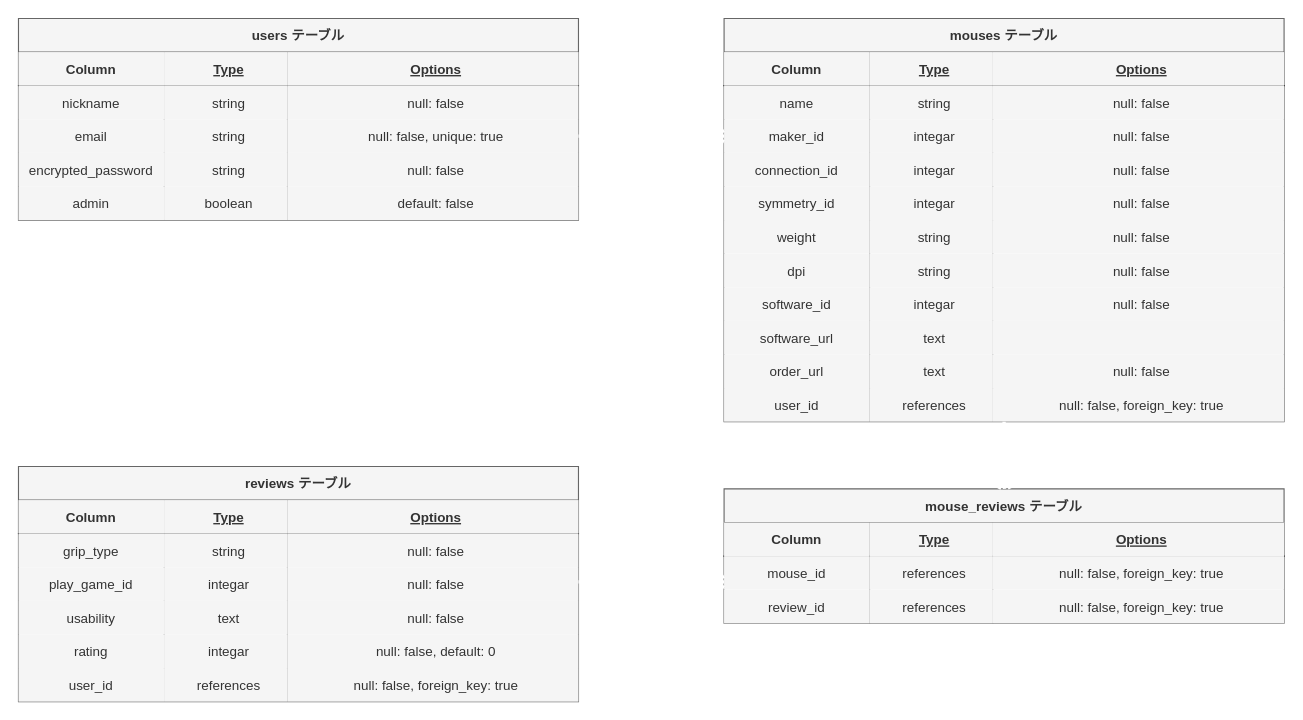
The draw.io diagram mouse_review.dio in NaoyukiG/mouse_review, before the edit. Source tidied: cells renumbered, new cells numbered last; positions are measured from the earlier drawing's top-left corner, leaving out a move shared by most shapes. Both pictures are drawn from the tidied source at 112%, with x=0, y=0 at pixel (18, 18).
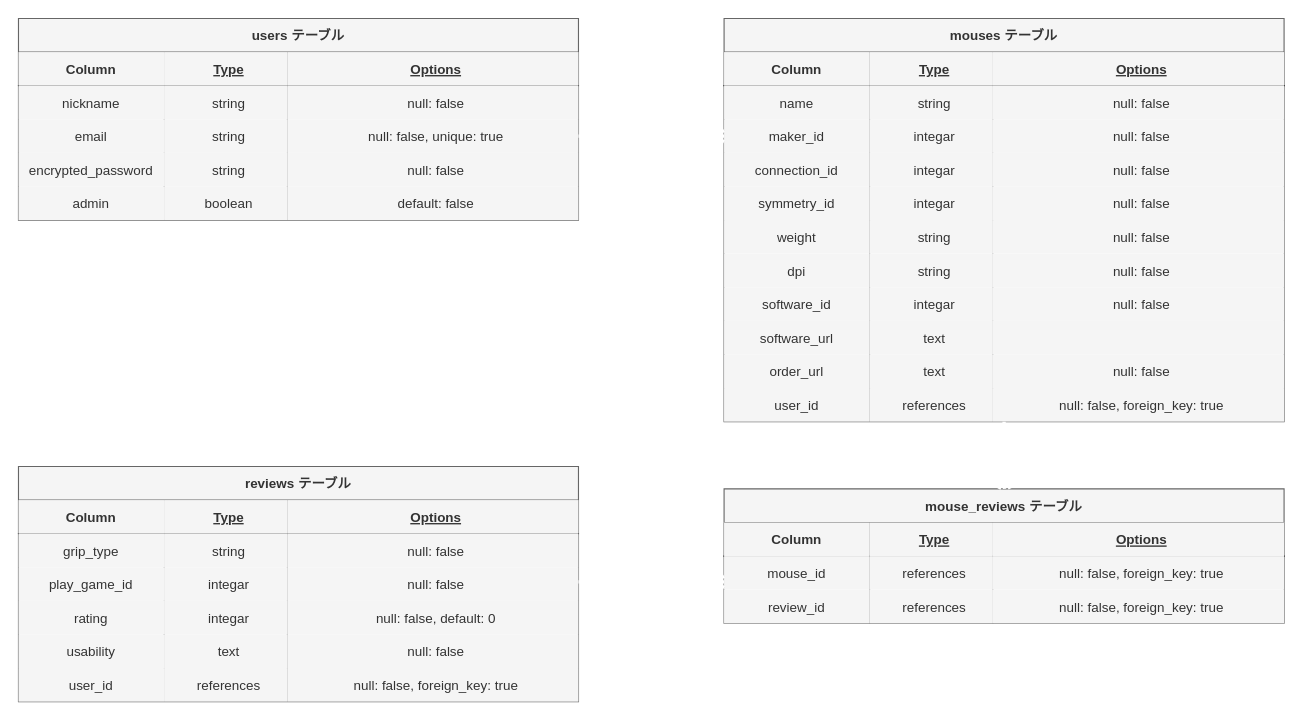
After the change.

Commit message (it also covers changes not shown here):
画面遷移図のスペルを修正

Unchanged cells that the change refers to:
```xml
<mxCell id="83" style="shape=partialRectangle;fillColor=none;top=0;left=0;bottom=0;right=0;align=center;" parent="70" vertex="1">
  <mxGeometry y="120" width="500" height="30" as="geometry" />
</mxCell>
<mxCell id="87" style="shape=partialRectangle;fillColor=none;top=0;left=0;bottom=0;right=0;align=center;" parent="70" vertex="1">
  <mxGeometry y="150" width="500" height="30" as="geometry" />
</mxCell>
```

Diff of the diagram source:
```diff
@@
-    <mxCell id="84" value="usability" style="shape=partialRectangle;fillColor=#f5f5f5;top=0;left=0;bottom=0;right=0;overflow=hidden;align=center;fontColor=#333333;strokeColor=#666666;" parent="83" vertex="1">
+    <mxCell id="84" value="rating" style="shape=partialRectangle;fillColor=#f5f5f5;top=0;left=0;bottom=0;right=0;overflow=hidden;align=center;fontColor=#333333;strokeColor=#666666;" parent="83" vertex="1">
       <mxGeometry width="130" height="30" as="geometry" />
     </mxCell>
-    <mxCell id="85" value="text" style="shape=partialRectangle;fillColor=#f5f5f5;top=0;left=0;bottom=0;right=0;align=center;spacingLeft=6;overflow=hidden;fontColor=#333333;strokeColor=#666666;" parent="83" vertex="1">
+    <mxCell id="85" value="integar" style="shape=partialRectangle;fillColor=#f5f5f5;top=0;left=0;bottom=0;right=0;align=center;spacingLeft=6;overflow=hidden;fontColor=#333333;strokeColor=#666666;" parent="83" vertex="1">
       <mxGeometry x="130" width="110" height="30" as="geometry" />
     </mxCell>
-    <mxCell id="86" value="null: false" style="shape=partialRectangle;fillColor=#f5f5f5;top=0;left=0;bottom=0;right=0;align=center;spacingLeft=6;overflow=hidden;fontColor=#333333;strokeColor=#666666;" parent="83" vertex="1">
+    <mxCell id="86" value="null: false, default: 0" style="shape=partialRectangle;fillColor=#f5f5f5;top=0;left=0;bottom=0;right=0;align=center;spacingLeft=6;overflow=hidden;fontColor=#333333;strokeColor=#666666;" parent="83" vertex="1">
       <mxGeometry x="240" width="260" height="30" as="geometry" />
     </mxCell>
@@
-    <mxCell id="88" value="rating" style="shape=partialRectangle;fillColor=#f5f5f5;top=0;left=0;bottom=0;right=0;overflow=hidden;align=center;fontColor=#333333;strokeColor=#666666;" parent="87" vertex="1">
+    <mxCell id="88" value="usability" style="shape=partialRectangle;fillColor=#f5f5f5;top=0;left=0;bottom=0;right=0;overflow=hidden;align=center;fontColor=#333333;strokeColor=#666666;" parent="87" vertex="1">
       <mxGeometry width="130" height="30" as="geometry" />
     </mxCell>
-    <mxCell id="89" value="integar" style="shape=partialRectangle;fillColor=#f5f5f5;top=0;left=0;bottom=0;right=0;align=center;spacingLeft=6;overflow=hidden;fontColor=#333333;strokeColor=#666666;" parent="87" vertex="1">
+    <mxCell id="89" value="text" style="shape=partialRectangle;fillColor=#f5f5f5;top=0;left=0;bottom=0;right=0;align=center;spacingLeft=6;overflow=hidden;fontColor=#333333;strokeColor=#666666;" parent="87" vertex="1">
       <mxGeometry x="130" width="110" height="30" as="geometry" />
     </mxCell>
-    <mxCell id="90" value="null: false, default: 0" style="shape=partialRectangle;fillColor=#f5f5f5;top=0;left=0;bottom=0;right=0;align=center;spacingLeft=6;overflow=hidden;fontColor=#333333;strokeColor=#666666;" parent="87" vertex="1">
+    <mxCell id="90" value="null: false" style="shape=partialRectangle;fillColor=#f5f5f5;top=0;left=0;bottom=0;right=0;align=center;spacingLeft=6;overflow=hidden;fontColor=#333333;strokeColor=#666666;" parent="87" vertex="1">
       <mxGeometry x="240" width="260" height="30" as="geometry" />
     </mxCell>
```
